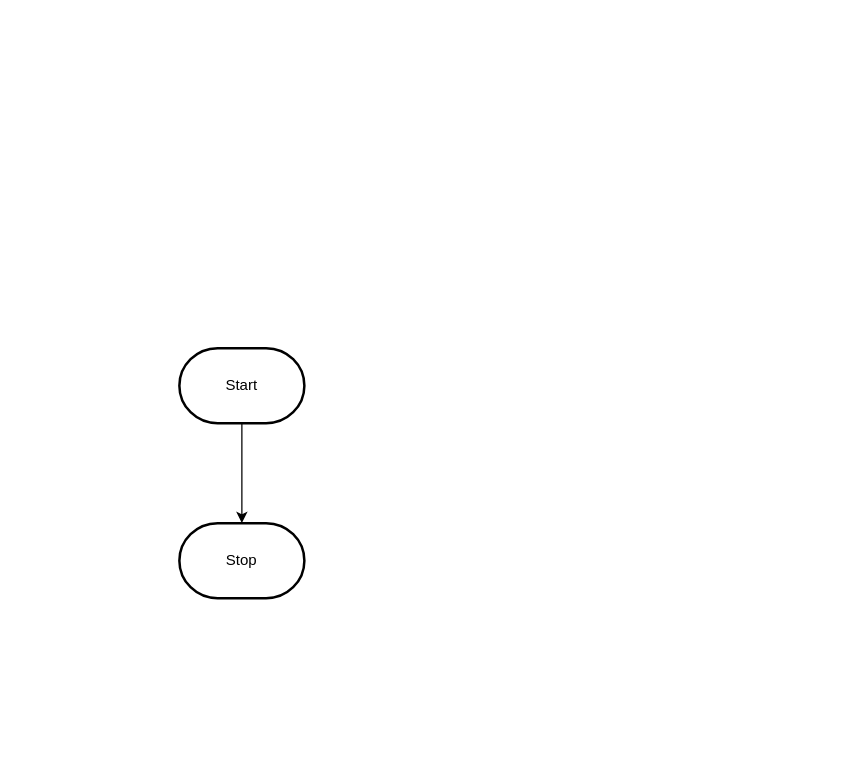
Before: design/flowchart.drawio in MTHS-ICS2O-2-2022/ICS2O-Unit-5-03-timbradyy, a draw.io diagram. Source tidied: cells renumbered, new cells numbered last; positions are measured from the earlier drawing's top-left corner, leaving out a move shared by most shapes. Both pictures are drawn from the tidied source at 125%, with x=0, y=0 at pixel (179, 348).
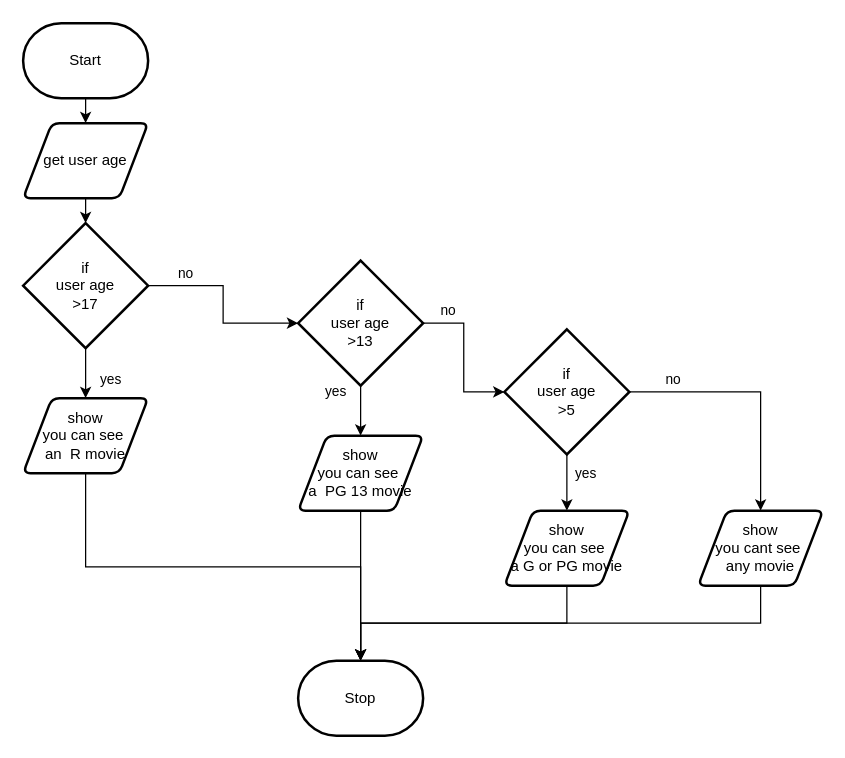
The same page after the edit.

What changed in the source:
```diff
@@
-    <mxCell id="2" style="edgeStyle=orthogonalEdgeStyle;html=1;rounded=0;" parent="1" edge="1" source="3" target="4">
-      <mxGeometry relative="1" as="geometry" />
-    </mxCell>
+    <mxCell id="5" style="edgeStyle=none;html=1;exitX=0.5;exitY=1;exitDx=0;exitDy=0;exitPerimeter=0;entryX=0.5;entryY=0;entryDx=0;entryDy=0;" parent="1" edge="1" source="3" target="7">
+      <mxGeometry relative="1" as="geometry" />
+    </mxCell>
     <mxCell id="3" value="Start" style="strokeWidth=2;html=1;shape=mxgraph.flowchart.terminator;whiteSpace=wrap;" parent="1" vertex="1">
-      <mxGeometry width="100" height="60" as="geometry" />
+      <mxGeometry x="-125" y="-260" width="100" height="60" as="geometry" />
     </mxCell>
     <mxCell id="4" value="Stop" style="strokeWidth=2;html=1;shape=mxgraph.flowchart.terminator;whiteSpace=wrap;" parent="1" vertex="1">
-      <mxGeometry y="140" width="100" height="60" as="geometry" />
+      <mxGeometry x="95" y="250" width="100" height="60" as="geometry" />
     </mxCell>
+    <mxCell id="6" style="edgeStyle=none;html=1;exitX=0.5;exitY=1;exitDx=0;exitDy=0;entryX=0.5;entryY=0;entryDx=0;entryDy=0;entryPerimeter=0;" parent="1" edge="1" source="7" target="10">
+      <mxGeometry relative="1" as="geometry" />
+    </mxCell>
+    <mxCell id="7" value="get user age" style="shape=parallelogram;html=1;strokeWidth=2;perimeter=parallelogramPerimeter;whiteSpace=wrap;rounded=1;arcSize=12;size=0.23;" parent="1" vertex="1">
+      <mxGeometry x="-125" y="-180" width="100" height="60" as="geometry" />
+    </mxCell>
+    <mxCell id="8" style="edgeStyle=none;html=1;exitX=0.5;exitY=1;exitDx=0;exitDy=0;exitPerimeter=0;entryX=0.5;entryY=0;entryDx=0;entryDy=0;" parent="1" edge="1" source="10" target="12">
+      <mxGeometry relative="1" as="geometry" />
+    </mxCell>
+    <mxCell id="9" style="edgeStyle=orthogonalEdgeStyle;shape=connector;rounded=0;html=1;exitX=1;exitY=0.5;exitDx=0;exitDy=0;exitPerimeter=0;entryX=0;entryY=0.5;entryDx=0;entryDy=0;entryPerimeter=0;labelBackgroundColor=default;strokeColor=default;fontFamily=Helvetica;fontSize=11;fontColor=default;endArrow=classic;" parent="1" edge="1" source="10" target="17">
+      <mxGeometry relative="1" as="geometry" />
+    </mxCell>
+    <mxCell id="10" value="if&lt;br&gt;user age&lt;br&gt;&amp;gt;17" style="strokeWidth=2;html=1;shape=mxgraph.flowchart.decision;whiteSpace=wrap;" parent="1" vertex="1">
+      <mxGeometry x="-125" y="-100" width="100" height="100" as="geometry" />
+    </mxCell>
+    <mxCell id="11" style="edgeStyle=orthogonalEdgeStyle;rounded=0;html=1;exitX=0.5;exitY=1;exitDx=0;exitDy=0;entryX=0.5;entryY=0;entryDx=0;entryDy=0;entryPerimeter=0;" parent="1" edge="1" source="12" target="4">
+      <mxGeometry relative="1" as="geometry" />
+    </mxCell>
+    <mxCell id="12" value="show&lt;br&gt;you can see&amp;nbsp;&lt;br&gt;an&amp;nbsp; R movie" style="shape=parallelogram;html=1;strokeWidth=2;perimeter=parallelogramPerimeter;whiteSpace=wrap;rounded=1;arcSize=12;size=0.23;" parent="1" vertex="1">
+      <mxGeometry x="-125" y="40" width="100" height="60" as="geometry" />
+    </mxCell>
+    <mxCell id="13" value="yes" style="text;html=1;align=center;verticalAlign=middle;strokeColor=none;fillColor=none;fontSize=11;fontFamily=Helvetica;fontColor=default;" parent="1" vertex="1">
+      <mxGeometry x="-75" y="10" width="40" height="30" as="geometry" />
+    </mxCell>
+    <mxCell id="14" value="no" style="text;html=1;align=center;verticalAlign=middle;strokeColor=none;fillColor=none;fontSize=11;fontFamily=Helvetica;fontColor=default;" parent="1" vertex="1">
+      <mxGeometry x="-15" y="-75" width="40" height="30" as="geometry" />
+    </mxCell>
+    <mxCell id="15" style="edgeStyle=orthogonalEdgeStyle;shape=connector;rounded=0;html=1;exitX=0.5;exitY=1;exitDx=0;exitDy=0;exitPerimeter=0;entryX=0.5;entryY=0;entryDx=0;entryDy=0;labelBackgroundColor=default;strokeColor=default;fontFamily=Helvetica;fontSize=11;fontColor=default;endArrow=classic;" parent="1" edge="1" source="17" target="19">
+      <mxGeometry relative="1" as="geometry" />
+    </mxCell>
+    <mxCell id="16" style="edgeStyle=orthogonalEdgeStyle;shape=connector;rounded=0;html=1;exitX=1;exitY=0.5;exitDx=0;exitDy=0;exitPerimeter=0;entryX=0;entryY=0.5;entryDx=0;entryDy=0;entryPerimeter=0;labelBackgroundColor=default;strokeColor=default;fontFamily=Helvetica;fontSize=11;fontColor=default;endArrow=classic;" parent="1" edge="1" source="17" target="23">
+      <mxGeometry relative="1" as="geometry" />
+    </mxCell>
+    <mxCell id="17" value="if&lt;br&gt;user age&lt;br&gt;&amp;gt;13" style="strokeWidth=2;html=1;shape=mxgraph.flowchart.decision;whiteSpace=wrap;" parent="1" vertex="1">
+      <mxGeometry x="95" y="-70" width="100" height="100" as="geometry" />
+    </mxCell>
+    <mxCell id="18" style="edgeStyle=orthogonalEdgeStyle;shape=connector;rounded=0;html=1;exitX=0.5;exitY=1;exitDx=0;exitDy=0;labelBackgroundColor=default;strokeColor=default;fontFamily=Helvetica;fontSize=11;fontColor=default;endArrow=classic;" parent="1" edge="1" source="19" target="4">
+      <mxGeometry relative="1" as="geometry" />
+    </mxCell>
+    <mxCell id="19" value="show&lt;br&gt;you can see&amp;nbsp;&lt;br&gt;a&amp;nbsp; PG 13 movie" style="shape=parallelogram;html=1;strokeWidth=2;perimeter=parallelogramPerimeter;whiteSpace=wrap;rounded=1;arcSize=12;size=0.23;" parent="1" vertex="1">
+      <mxGeometry x="95" y="70" width="100" height="60" as="geometry" />
+    </mxCell>
+    <mxCell id="20" value="yes" style="text;html=1;align=center;verticalAlign=middle;strokeColor=none;fillColor=none;fontSize=11;fontFamily=Helvetica;fontColor=default;" parent="1" vertex="1">
+      <mxGeometry x="105" y="20" width="40" height="30" as="geometry" />
+    </mxCell>
+    <mxCell id="21" style="edgeStyle=orthogonalEdgeStyle;shape=connector;rounded=0;html=1;exitX=0.5;exitY=1;exitDx=0;exitDy=0;exitPerimeter=0;entryX=0.5;entryY=0;entryDx=0;entryDy=0;labelBackgroundColor=default;strokeColor=default;fontFamily=Helvetica;fontSize=11;fontColor=default;endArrow=classic;" parent="1" edge="1" source="23" target="25">
+      <mxGeometry relative="1" as="geometry" />
+    </mxCell>
+    <mxCell id="22" style="edgeStyle=orthogonalEdgeStyle;shape=connector;rounded=0;html=1;exitX=1;exitY=0.5;exitDx=0;exitDy=0;exitPerimeter=0;entryX=0.5;entryY=0;entryDx=0;entryDy=0;labelBackgroundColor=default;strokeColor=default;fontFamily=Helvetica;fontSize=11;fontColor=default;endArrow=classic;" parent="1" edge="1" source="23" target="27">
+      <mxGeometry relative="1" as="geometry" />
+    </mxCell>
+    <mxCell id="23" value="if&lt;br&gt;user age&lt;br&gt;&amp;gt;5" style="strokeWidth=2;html=1;shape=mxgraph.flowchart.decision;whiteSpace=wrap;" parent="1" vertex="1">
+      <mxGeometry x="260" y="-15" width="100" height="100" as="geometry" />
+    </mxCell>
+    <mxCell id="24" style="edgeStyle=orthogonalEdgeStyle;shape=connector;rounded=0;html=1;exitX=0.5;exitY=1;exitDx=0;exitDy=0;labelBackgroundColor=default;strokeColor=default;fontFamily=Helvetica;fontSize=11;fontColor=default;endArrow=classic;entryX=0.5;entryY=0;entryDx=0;entryDy=0;entryPerimeter=0;" parent="1" edge="1" source="25" target="4">
+      <mxGeometry relative="1" as="geometry" />
+    </mxCell>
+    <mxCell id="25" value="show&lt;br&gt;you can see&amp;nbsp;&lt;br&gt;a G or PG movie" style="shape=parallelogram;html=1;strokeWidth=2;perimeter=parallelogramPerimeter;whiteSpace=wrap;rounded=1;arcSize=12;size=0.23;" parent="1" vertex="1">
+      <mxGeometry x="260" y="130" width="100" height="60" as="geometry" />
+    </mxCell>
+    <mxCell id="26" style="edgeStyle=orthogonalEdgeStyle;shape=connector;rounded=0;html=1;exitX=0.5;exitY=1;exitDx=0;exitDy=0;labelBackgroundColor=default;strokeColor=default;fontFamily=Helvetica;fontSize=11;fontColor=default;endArrow=classic;" parent="1" edge="1" source="27" target="4">
+      <mxGeometry relative="1" as="geometry" />
+    </mxCell>
+    <mxCell id="27" value="show&lt;br&gt;you cant see&amp;nbsp;&lt;br&gt;any movie" style="shape=parallelogram;html=1;strokeWidth=2;perimeter=parallelogramPerimeter;whiteSpace=wrap;rounded=1;arcSize=12;size=0.23;" parent="1" vertex="1">
+      <mxGeometry x="415" y="130" width="100" height="60" as="geometry" />
+    </mxCell>
+    <mxCell id="28" value="no" style="text;html=1;align=center;verticalAlign=middle;strokeColor=none;fillColor=none;fontSize=11;fontFamily=Helvetica;fontColor=default;" parent="1" vertex="1">
+      <mxGeometry x="195" y="-45" width="40" height="30" as="geometry" />
+    </mxCell>
+    <mxCell id="29" value="yes" style="text;html=1;align=center;verticalAlign=middle;strokeColor=none;fillColor=none;fontSize=11;fontFamily=Helvetica;fontColor=default;" parent="1" vertex="1">
+      <mxGeometry x="305" y="85" width="40" height="30" as="geometry" />
+    </mxCell>
+    <mxCell id="30" value="no" style="text;html=1;align=center;verticalAlign=middle;strokeColor=none;fillColor=none;fontSize=11;fontFamily=Helvetica;fontColor=default;" parent="1" vertex="1">
+      <mxGeometry x="375" y="10" width="40" height="30" as="geometry" />
+    </mxCell>
```
